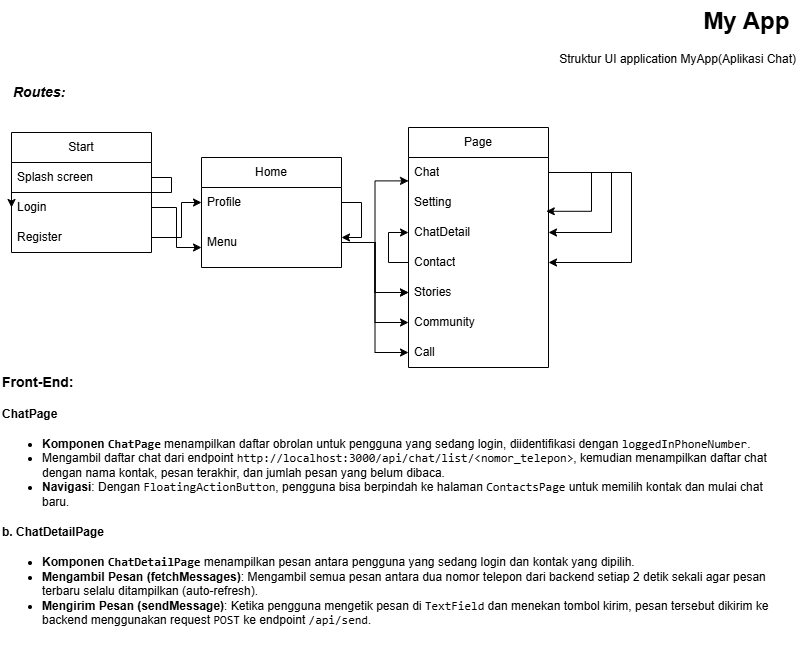
This is Struktur Application MyApp.drawio.png from NaufalAdityaAkbar/Application-MyApp---Flutter, a draw.io export, as it was before one commit. Source tidied: cells renumbered, new cells last; positions are measured from the earlier drawing's top-left corner, leaving out a move shared by most shapes.
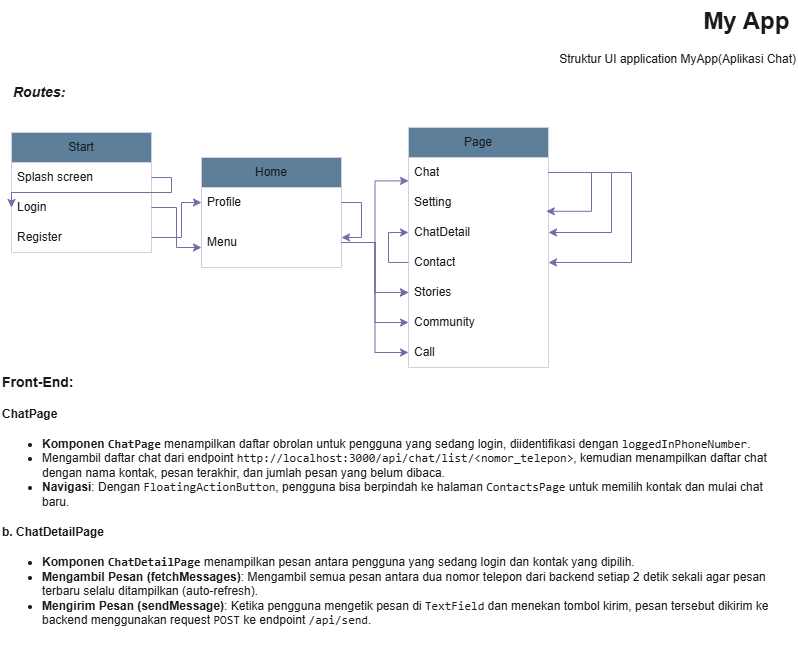
After the change.

Change to the diagram source:
```diff
@@ -2,22 +2,22 @@
   <root>
     <mxCell id="0" />
     <mxCell id="1" parent="0" />
-    <mxCell id="2" value="&lt;h1 style=&quot;margin-top: 0px;&quot;&gt;My App&amp;nbsp;&lt;/h1&gt;&lt;div&gt;Struktur UI application MyApp(Aplikasi Chat)&lt;/div&gt;" style="text;html=1;whiteSpace=wrap;overflow=hidden;rounded=0;align=right;" parent="1" vertex="1">
+    <mxCell id="2" value="&lt;h1 style=&quot;margin-top: 0px;&quot;&gt;My App&amp;nbsp;&lt;/h1&gt;&lt;div&gt;Struktur UI application MyApp(Aplikasi Chat)&lt;/div&gt;" style="text;html=1;whiteSpace=wrap;overflow=hidden;rounded=0;align=right;labelBackgroundColor=none;fontColor=#1A1A1A;" parent="1" vertex="1">
       <mxGeometry x="548" width="250" height="87" as="geometry" />
     </mxCell>
-    <mxCell id="3" value="Start" style="swimlane;fontStyle=0;horizontal=1;startSize=30;whiteSpace=wrap;html=1;" parent="1" vertex="1">
+    <mxCell id="3" value="Start" style="swimlane;fontStyle=0;horizontal=1;startSize=30;whiteSpace=wrap;html=1;labelBackgroundColor=none;fillColor=#5D7F99;strokeColor=#D0CEE2;fontColor=#1A1A1A;" parent="1" vertex="1">
       <mxGeometry x="11" y="132" width="140" height="120" as="geometry" />
     </mxCell>
-    <mxCell id="4" value="Splash screen" style="text;strokeColor=none;fillColor=none;align=left;verticalAlign=middle;spacingLeft=4;spacingRight=4;overflow=hidden;points=[[0,0.5],[1,0.5]];portConstraint=eastwest;whiteSpace=wrap;html=1;" parent="3" vertex="1">
+    <mxCell id="4" value="Splash screen" style="text;strokeColor=none;fillColor=none;align=left;verticalAlign=middle;spacingLeft=4;spacingRight=4;overflow=hidden;points=[[0,0.5],[1,0.5]];portConstraint=eastwest;whiteSpace=wrap;html=1;labelBackgroundColor=none;fontColor=#1A1A1A;" parent="3" vertex="1">
       <mxGeometry y="30" width="140" height="30" as="geometry" />
     </mxCell>
-    <mxCell id="5" value="Login" style="text;strokeColor=none;fillColor=none;align=left;verticalAlign=middle;spacingLeft=4;spacingRight=4;overflow=hidden;points=[[0,0.5],[1,0.5]];portConstraint=eastwest;whiteSpace=wrap;html=1;" parent="3" vertex="1">
+    <mxCell id="5" value="Login" style="text;strokeColor=none;fillColor=none;align=left;verticalAlign=middle;spacingLeft=4;spacingRight=4;overflow=hidden;points=[[0,0.5],[1,0.5]];portConstraint=eastwest;whiteSpace=wrap;html=1;labelBackgroundColor=none;fontColor=#1A1A1A;" parent="3" vertex="1">
       <mxGeometry y="60" width="140" height="30" as="geometry" />
     </mxCell>
-    <mxCell id="6" value="Register" style="text;strokeColor=none;fillColor=none;align=left;verticalAlign=middle;spacingLeft=4;spacingRight=4;overflow=hidden;points=[[0,0.5],[1,0.5]];portConstraint=eastwest;whiteSpace=wrap;html=1;" parent="3" vertex="1">
+    <mxCell id="6" value="Register" style="text;strokeColor=none;fillColor=none;align=left;verticalAlign=middle;spacingLeft=4;spacingRight=4;overflow=hidden;points=[[0,0.5],[1,0.5]];portConstraint=eastwest;whiteSpace=wrap;html=1;labelBackgroundColor=none;fontColor=#1A1A1A;" parent="3" vertex="1">
       <mxGeometry y="90" width="140" height="30" as="geometry" />
     </mxCell>
-    <mxCell id="7" style="edgeStyle=orthogonalEdgeStyle;rounded=0;jettySize=auto;html=1;entryX=0;entryY=0.5;entryDx=0;entryDy=0;exitX=1;exitY=0.5;exitDx=0;exitDy=0;" parent="3" edge="1" source="4" target="5">
+    <mxCell id="7" style="edgeStyle=orthogonalEdgeStyle;rounded=0;jettySize=auto;html=1;entryX=0;entryY=0.5;entryDx=0;entryDy=0;exitX=1;exitY=0.5;exitDx=0;exitDy=0;labelBackgroundColor=none;strokeColor=#736CA8;fontColor=default;" parent="3" edge="1" source="4" target="5">
       <mxGeometry relative="1" as="geometry">
         <Array as="points">
           <mxPoint x="160" y="45" />
@@ -26,10 +26,10 @@
         </Array>
       </mxGeometry>
     </mxCell>
-    <mxCell id="8" value="Home" style="swimlane;fontStyle=0;horizontal=1;startSize=30;whiteSpace=wrap;html=1;" parent="1" vertex="1">
+    <mxCell id="8" value="Home" style="swimlane;fontStyle=0;horizontal=1;startSize=30;whiteSpace=wrap;html=1;labelBackgroundColor=none;fillColor=#5D7F99;strokeColor=#D0CEE2;fontColor=#1A1A1A;" parent="1" vertex="1">
       <mxGeometry x="201" y="157" width="140" height="110" as="geometry" />
     </mxCell>
-    <mxCell id="9" style="edgeStyle=orthogonalEdgeStyle;rounded=0;jettySize=auto;html=1;" parent="8" edge="1" source="10" target="11">
+    <mxCell id="9" style="edgeStyle=orthogonalEdgeStyle;rounded=0;jettySize=auto;html=1;labelBackgroundColor=none;strokeColor=#736CA8;fontColor=default;" parent="8" edge="1" source="10" target="11">
       <mxGeometry relative="1" as="geometry">
         <Array as="points">
           <mxPoint x="160" y="45" />
@@ -37,16 +37,16 @@
         </Array>
       </mxGeometry>
     </mxCell>
-    <mxCell id="10" value="Profile" style="text;strokeColor=none;fillColor=none;align=left;verticalAlign=middle;spacingLeft=4;spacingRight=4;overflow=hidden;points=[[0,0.5],[1,0.5]];portConstraint=eastwest;whiteSpace=wrap;html=1;" parent="8" vertex="1">
+    <mxCell id="10" value="Profile" style="text;strokeColor=none;fillColor=none;align=left;verticalAlign=middle;spacingLeft=4;spacingRight=4;overflow=hidden;points=[[0,0.5],[1,0.5]];portConstraint=eastwest;whiteSpace=wrap;html=1;labelBackgroundColor=none;fontColor=#1A1A1A;" parent="8" vertex="1">
       <mxGeometry y="30" width="140" height="30" as="geometry" />
     </mxCell>
-    <mxCell id="11" value="Menu" style="text;strokeColor=none;fillColor=none;align=left;verticalAlign=middle;spacingLeft=4;spacingRight=4;overflow=hidden;points=[[0,0.5],[1,0.5]];portConstraint=eastwest;whiteSpace=wrap;html=1;" parent="8" vertex="1">
+    <mxCell id="11" value="Menu" style="text;strokeColor=none;fillColor=none;align=left;verticalAlign=middle;spacingLeft=4;spacingRight=4;overflow=hidden;points=[[0,0.5],[1,0.5]];portConstraint=eastwest;whiteSpace=wrap;html=1;labelBackgroundColor=none;fontColor=#1A1A1A;" parent="8" vertex="1">
       <mxGeometry y="60" width="140" height="50" as="geometry" />
     </mxCell>
-    <mxCell id="12" value="Page" style="swimlane;fontStyle=0;horizontal=1;startSize=30;whiteSpace=wrap;html=1;" parent="1" vertex="1">
+    <mxCell id="12" value="Page" style="swimlane;fontStyle=0;horizontal=1;startSize=30;whiteSpace=wrap;html=1;labelBackgroundColor=none;fillColor=#5D7F99;strokeColor=#D0CEE2;fontColor=#1A1A1A;" parent="1" vertex="1">
       <mxGeometry x="408" y="127" width="140" height="240" as="geometry" />
     </mxCell>
-    <mxCell id="13" style="edgeStyle=orthogonalEdgeStyle;rounded=0;jettySize=auto;html=1;exitX=1;exitY=0.5;exitDx=0;exitDy=0;entryX=1;entryY=0.5;entryDx=0;entryDy=0;" parent="12" edge="1" source="15" target="17">
+    <mxCell id="13" style="edgeStyle=orthogonalEdgeStyle;rounded=0;jettySize=auto;html=1;exitX=1;exitY=0.5;exitDx=0;exitDy=0;entryX=1;entryY=0.5;entryDx=0;entryDy=0;labelBackgroundColor=none;strokeColor=#736CA8;fontColor=default;" parent="12" edge="1" source="15" target="17">
       <mxGeometry relative="1" as="geometry">
         <Array as="points">
           <mxPoint x="203" y="45" />
@@ -54,7 +54,7 @@
         </Array>
       </mxGeometry>
     </mxCell>
-    <mxCell id="14" style="edgeStyle=orthogonalEdgeStyle;rounded=0;jettySize=auto;html=1;entryX=1;entryY=0.5;entryDx=0;entryDy=0;exitX=1;exitY=0.5;exitDx=0;exitDy=0;" parent="12" edge="1" source="15" target="19">
+    <mxCell id="14" style="edgeStyle=orthogonalEdgeStyle;rounded=0;jettySize=auto;html=1;entryX=1;entryY=0.5;entryDx=0;entryDy=0;exitX=1;exitY=0.5;exitDx=0;exitDy=0;labelBackgroundColor=none;strokeColor=#736CA8;fontColor=default;" parent="12" edge="1" source="15" target="19">
       <mxGeometry relative="1" as="geometry">
         <Array as="points">
           <mxPoint x="223" y="45" />
@@ -62,31 +62,31 @@
         </Array>
       </mxGeometry>
     </mxCell>
-    <mxCell id="15" value="Chat" style="text;strokeColor=none;fillColor=none;align=left;verticalAlign=middle;spacingLeft=4;spacingRight=4;overflow=hidden;points=[[0,0.5],[1,0.5]];portConstraint=eastwest;whiteSpace=wrap;html=1;" parent="12" vertex="1">
+    <mxCell id="15" value="Chat" style="text;strokeColor=none;fillColor=none;align=left;verticalAlign=middle;spacingLeft=4;spacingRight=4;overflow=hidden;points=[[0,0.5],[1,0.5]];portConstraint=eastwest;whiteSpace=wrap;html=1;labelBackgroundColor=none;fontColor=#1A1A1A;" parent="12" vertex="1">
       <mxGeometry y="30" width="140" height="30" as="geometry" />
     </mxCell>
-    <mxCell id="16" value="Setting" style="text;strokeColor=none;fillColor=none;align=left;verticalAlign=middle;spacingLeft=4;spacingRight=4;overflow=hidden;points=[[0,0.5],[1,0.5]];portConstraint=eastwest;whiteSpace=wrap;html=1;" parent="12" vertex="1">
+    <mxCell id="16" value="Setting" style="text;strokeColor=none;fillColor=none;align=left;verticalAlign=middle;spacingLeft=4;spacingRight=4;overflow=hidden;points=[[0,0.5],[1,0.5]];portConstraint=eastwest;whiteSpace=wrap;html=1;labelBackgroundColor=none;fontColor=#1A1A1A;" parent="12" vertex="1">
       <mxGeometry y="60" width="140" height="30" as="geometry" />
     </mxCell>
-    <mxCell id="17" value="ChatDetail" style="text;strokeColor=none;fillColor=none;align=left;verticalAlign=middle;spacingLeft=4;spacingRight=4;overflow=hidden;points=[[0,0.5],[1,0.5]];portConstraint=eastwest;whiteSpace=wrap;html=1;" parent="12" vertex="1">
+    <mxCell id="17" value="ChatDetail" style="text;strokeColor=none;fillColor=none;align=left;verticalAlign=middle;spacingLeft=4;spacingRight=4;overflow=hidden;points=[[0,0.5],[1,0.5]];portConstraint=eastwest;whiteSpace=wrap;html=1;labelBackgroundColor=none;fontColor=#1A1A1A;" parent="12" vertex="1">
       <mxGeometry y="90" width="140" height="30" as="geometry" />
     </mxCell>
-    <mxCell id="18" style="edgeStyle=orthogonalEdgeStyle;rounded=0;jettySize=auto;html=1;" parent="12" edge="1" source="19" target="17">
+    <mxCell id="18" style="edgeStyle=orthogonalEdgeStyle;rounded=0;jettySize=auto;html=1;labelBackgroundColor=none;strokeColor=#736CA8;fontColor=default;" parent="12" edge="1" source="19" target="17">
       <mxGeometry relative="1" as="geometry" />
     </mxCell>
-    <mxCell id="19" value="Contact" style="text;strokeColor=none;fillColor=none;align=left;verticalAlign=middle;spacingLeft=4;spacingRight=4;overflow=hidden;points=[[0,0.5],[1,0.5]];portConstraint=eastwest;whiteSpace=wrap;html=1;" parent="12" vertex="1">
+    <mxCell id="19" value="Contact" style="text;strokeColor=none;fillColor=none;align=left;verticalAlign=middle;spacingLeft=4;spacingRight=4;overflow=hidden;points=[[0,0.5],[1,0.5]];portConstraint=eastwest;whiteSpace=wrap;html=1;labelBackgroundColor=none;fontColor=#1A1A1A;" parent="12" vertex="1">
       <mxGeometry y="120" width="140" height="30" as="geometry" />
     </mxCell>
-    <mxCell id="20" value="Stories" style="text;strokeColor=none;fillColor=none;align=left;verticalAlign=middle;spacingLeft=4;spacingRight=4;overflow=hidden;points=[[0,0.5],[1,0.5]];portConstraint=eastwest;whiteSpace=wrap;html=1;" parent="12" vertex="1">
+    <mxCell id="20" value="Stories" style="text;strokeColor=none;fillColor=none;align=left;verticalAlign=middle;spacingLeft=4;spacingRight=4;overflow=hidden;points=[[0,0.5],[1,0.5]];portConstraint=eastwest;whiteSpace=wrap;html=1;labelBackgroundColor=none;fontColor=#1A1A1A;" parent="12" vertex="1">
       <mxGeometry y="150" width="140" height="30" as="geometry" />
     </mxCell>
-    <mxCell id="21" value="Community" style="text;strokeColor=none;fillColor=none;align=left;verticalAlign=middle;spacingLeft=4;spacingRight=4;overflow=hidden;points=[[0,0.5],[1,0.5]];portConstraint=eastwest;whiteSpace=wrap;html=1;" parent="12" vertex="1">
+    <mxCell id="21" value="Community" style="text;strokeColor=none;fillColor=none;align=left;verticalAlign=middle;spacingLeft=4;spacingRight=4;overflow=hidden;points=[[0,0.5],[1,0.5]];portConstraint=eastwest;whiteSpace=wrap;html=1;labelBackgroundColor=none;fontColor=#1A1A1A;" parent="12" vertex="1">
       <mxGeometry y="180" width="140" height="30" as="geometry" />
     </mxCell>
-    <mxCell id="22" value="Call" style="text;strokeColor=none;fillColor=none;align=left;verticalAlign=middle;spacingLeft=4;spacingRight=4;overflow=hidden;points=[[0,0.5],[1,0.5]];portConstraint=eastwest;whiteSpace=wrap;html=1;" parent="12" vertex="1">
+    <mxCell id="22" value="Call" style="text;strokeColor=none;fillColor=none;align=left;verticalAlign=middle;spacingLeft=4;spacingRight=4;overflow=hidden;points=[[0,0.5],[1,0.5]];portConstraint=eastwest;whiteSpace=wrap;html=1;labelBackgroundColor=none;fontColor=#1A1A1A;" parent="12" vertex="1">
       <mxGeometry y="210" width="140" height="30" as="geometry" />
     </mxCell>
-    <mxCell id="23" style="edgeStyle=orthogonalEdgeStyle;rounded=0;jettySize=auto;html=1;entryX=0.984;entryY=0.793;entryDx=0;entryDy=0;entryPerimeter=0;" parent="12" edge="1" source="15" target="16">
+    <mxCell id="23" style="edgeStyle=orthogonalEdgeStyle;rounded=0;jettySize=auto;html=1;entryX=0.984;entryY=0.793;entryDx=0;entryDy=0;entryPerimeter=0;labelBackgroundColor=none;strokeColor=#736CA8;fontColor=default;" parent="12" edge="1" source="15" target="16">
       <mxGeometry relative="1" as="geometry">
         <Array as="points">
           <mxPoint x="183" y="45" />
@@ -94,10 +94,10 @@
         </Array>
       </mxGeometry>
     </mxCell>
-    <mxCell id="24" style="edgeStyle=orthogonalEdgeStyle;rounded=0;jettySize=auto;html=1;entryX=0;entryY=0.78;entryDx=0;entryDy=0;entryPerimeter=0;" parent="1" edge="1" source="11" target="15">
+    <mxCell id="24" style="edgeStyle=orthogonalEdgeStyle;rounded=0;jettySize=auto;html=1;entryX=0;entryY=0.78;entryDx=0;entryDy=0;entryPerimeter=0;labelBackgroundColor=none;strokeColor=#736CA8;fontColor=default;" parent="1" edge="1" source="11" target="15">
       <mxGeometry relative="1" as="geometry" />
     </mxCell>
-    <mxCell id="25" style="edgeStyle=orthogonalEdgeStyle;rounded=0;jettySize=auto;html=1;" parent="1" edge="1" source="5" target="11">
+    <mxCell id="25" style="edgeStyle=orthogonalEdgeStyle;rounded=0;jettySize=auto;html=1;labelBackgroundColor=none;strokeColor=#736CA8;fontColor=default;" parent="1" edge="1" source="5" target="11">
       <mxGeometry relative="1" as="geometry">
         <Array as="points">
           <mxPoint x="176" y="207" />
@@ -105,10 +105,10 @@
         </Array>
       </mxGeometry>
     </mxCell>
-    <mxCell id="26" value="&lt;b&gt;&lt;font style=&quot;font-size: 14px;&quot;&gt;Routes:&lt;/font&gt;&lt;/b&gt;" style="text;html=1;align=left;verticalAlign=middle;whiteSpace=wrap;rounded=0;fontStyle=2;" parent="1" vertex="1">
+    <mxCell id="26" value="&lt;b&gt;&lt;font style=&quot;font-size: 14px;&quot;&gt;Routes:&lt;/font&gt;&lt;/b&gt;" style="text;html=1;align=left;verticalAlign=middle;whiteSpace=wrap;rounded=0;fontStyle=2;labelBackgroundColor=none;fontColor=#1A1A1A;" parent="1" vertex="1">
       <mxGeometry x="11" y="77" width="60" height="30" as="geometry" />
     </mxCell>
-    <mxCell id="27" style="edgeStyle=orthogonalEdgeStyle;rounded=0;jettySize=auto;html=1;entryX=0;entryY=0.5;entryDx=0;entryDy=0;" parent="1" edge="1" source="6" target="10">
+    <mxCell id="27" style="edgeStyle=orthogonalEdgeStyle;rounded=0;jettySize=auto;html=1;entryX=0;entryY=0.5;entryDx=0;entryDy=0;labelBackgroundColor=none;strokeColor=#736CA8;fontColor=default;" parent="1" edge="1" source="6" target="10">
       <mxGeometry relative="1" as="geometry">
         <Array as="points">
           <mxPoint x="181" y="237" />
@@ -116,19 +116,19 @@
         </Array>
       </mxGeometry>
     </mxCell>
-    <mxCell id="28" style="edgeStyle=orthogonalEdgeStyle;rounded=0;jettySize=auto;html=1;entryX=0;entryY=0.5;entryDx=0;entryDy=0;" parent="1" edge="1" source="11" target="20">
+    <mxCell id="28" style="edgeStyle=orthogonalEdgeStyle;rounded=0;jettySize=auto;html=1;entryX=0;entryY=0.5;entryDx=0;entryDy=0;labelBackgroundColor=none;strokeColor=#736CA8;fontColor=default;" parent="1" edge="1" source="11" target="20">
       <mxGeometry relative="1" as="geometry" />
     </mxCell>
-    <mxCell id="29" style="edgeStyle=orthogonalEdgeStyle;rounded=0;jettySize=auto;html=1;entryX=0;entryY=0.5;entryDx=0;entryDy=0;" parent="1" edge="1" source="11" target="21">
+    <mxCell id="29" style="edgeStyle=orthogonalEdgeStyle;rounded=0;jettySize=auto;html=1;entryX=0;entryY=0.5;entryDx=0;entryDy=0;labelBackgroundColor=none;strokeColor=#736CA8;fontColor=default;" parent="1" edge="1" source="11" target="21">
       <mxGeometry relative="1" as="geometry" />
     </mxCell>
-    <mxCell id="30" style="edgeStyle=orthogonalEdgeStyle;rounded=0;jettySize=auto;html=1;entryX=0;entryY=0.5;entryDx=0;entryDy=0;" parent="1" edge="1" source="11" target="22">
+    <mxCell id="30" style="edgeStyle=orthogonalEdgeStyle;rounded=0;jettySize=auto;html=1;entryX=0;entryY=0.5;entryDx=0;entryDy=0;labelBackgroundColor=none;strokeColor=#736CA8;fontColor=default;" parent="1" edge="1" source="11" target="22">
       <mxGeometry relative="1" as="geometry" />
     </mxCell>
-    <mxCell id="31" style="edgeStyle=orthogonalEdgeStyle;rounded=0;jettySize=auto;html=1;" parent="1" edge="1" source="11" target="20">
+    <mxCell id="31" style="edgeStyle=orthogonalEdgeStyle;rounded=0;jettySize=auto;html=1;labelBackgroundColor=none;strokeColor=#736CA8;fontColor=default;" parent="1" edge="1" source="11" target="20">
       <mxGeometry relative="1" as="geometry" />
     </mxCell>
-    <mxCell id="32" value="&lt;h1 style=&quot;margin-top: 0px; font-size: 14px;&quot;&gt;&lt;font style=&quot;font-size: 14px;&quot;&gt;Front-End:&lt;/font&gt;&lt;/h1&gt;&lt;h4&gt;&lt;strong&gt;ChatPage&lt;/strong&gt;&lt;/h4&gt;&lt;ul&gt;&lt;li&gt;&lt;strong&gt;Komponen &lt;code&gt;ChatPage&lt;/code&gt;&lt;/strong&gt; menampilkan daftar obrolan untuk pengguna yang sedang login, diidentifikasi dengan &lt;code&gt;loggedInPhoneNumber&lt;/code&gt;.&lt;/li&gt;&lt;li&gt;Mengambil daftar chat dari endpoint &lt;code&gt;http://localhost:3000/api/chat/list/&amp;lt;nomor_telepon&amp;gt;&lt;/code&gt;, kemudian menampilkan daftar chat dengan nama kontak, pesan terakhir, dan jumlah pesan yang belum dibaca.&lt;/li&gt;&lt;li&gt;&lt;strong&gt;Navigasi&lt;/strong&gt;: Dengan &lt;code&gt;FloatingActionButton&lt;/code&gt;, pengguna bisa berpindah ke halaman &lt;code&gt;ContactsPage&lt;/code&gt; untuk memilih kontak dan mulai chat baru.&lt;/li&gt;&lt;/ul&gt;&lt;h4&gt;b. &lt;strong&gt;ChatDetailPage&lt;/strong&gt;&lt;/h4&gt;&lt;ul&gt;&lt;li&gt;&lt;strong&gt;Komponen &lt;code&gt;ChatDetailPage&lt;/code&gt;&lt;/strong&gt; menampilkan pesan antara pengguna yang sedang login dan kontak yang dipilih.&lt;/li&gt;&lt;li&gt;&lt;strong&gt;Mengambil Pesan (fetchMessages)&lt;/strong&gt;: Mengambil semua pesan antara dua nomor telepon dari backend setiap 2 detik sekali agar pesan terbaru selalu ditampilkan (auto-refresh).&lt;/li&gt;&lt;li&gt;&lt;strong&gt;Mengirim Pesan (sendMessage)&lt;/strong&gt;: Ketika pengguna mengetik pesan di &lt;code&gt;TextField&lt;/code&gt; dan menekan tombol kirim, pesan tersebut dikirim ke backend menggunakan request &lt;code&gt;POST&lt;/code&gt; ke endpoint &lt;code&gt;/api/send&lt;/code&gt;.&lt;/li&gt;&lt;/ul&gt;" style="text;html=1;whiteSpace=wrap;overflow=hidden;rounded=0;" parent="1" vertex="1">
+    <mxCell id="32" value="&lt;h1 style=&quot;margin-top: 0px; font-size: 14px;&quot;&gt;&lt;font style=&quot;font-size: 14px;&quot;&gt;Front-End:&lt;/font&gt;&lt;/h1&gt;&lt;h4&gt;&lt;strong&gt;ChatPage&lt;/strong&gt;&lt;/h4&gt;&lt;ul&gt;&lt;li&gt;&lt;strong&gt;Komponen &lt;code&gt;ChatPage&lt;/code&gt;&lt;/strong&gt; menampilkan daftar obrolan untuk pengguna yang sedang login, diidentifikasi dengan &lt;code&gt;loggedInPhoneNumber&lt;/code&gt;.&lt;/li&gt;&lt;li&gt;Mengambil daftar chat dari endpoint &lt;code&gt;http://localhost:3000/api/chat/list/&amp;lt;nomor_telepon&amp;gt;&lt;/code&gt;, kemudian menampilkan daftar chat dengan nama kontak, pesan terakhir, dan jumlah pesan yang belum dibaca.&lt;/li&gt;&lt;li&gt;&lt;strong&gt;Navigasi&lt;/strong&gt;: Dengan &lt;code&gt;FloatingActionButton&lt;/code&gt;, pengguna bisa berpindah ke halaman &lt;code&gt;ContactsPage&lt;/code&gt; untuk memilih kontak dan mulai chat baru.&lt;/li&gt;&lt;/ul&gt;&lt;h4&gt;b. &lt;strong&gt;ChatDetailPage&lt;/strong&gt;&lt;/h4&gt;&lt;ul&gt;&lt;li&gt;&lt;strong&gt;Komponen &lt;code&gt;ChatDetailPage&lt;/code&gt;&lt;/strong&gt; menampilkan pesan antara pengguna yang sedang login dan kontak yang dipilih.&lt;/li&gt;&lt;li&gt;&lt;strong&gt;Mengambil Pesan (fetchMessages)&lt;/strong&gt;: Mengambil semua pesan antara dua nomor telepon dari backend setiap 2 detik sekali agar pesan terbaru selalu ditampilkan (auto-refresh).&lt;/li&gt;&lt;li&gt;&lt;strong&gt;Mengirim Pesan (sendMessage)&lt;/strong&gt;: Ketika pengguna mengetik pesan di &lt;code&gt;TextField&lt;/code&gt; dan menekan tombol kirim, pesan tersebut dikirim ke backend menggunakan request &lt;code&gt;POST&lt;/code&gt; ke endpoint &lt;code&gt;/api/send&lt;/code&gt;.&lt;/li&gt;&lt;/ul&gt;" style="text;html=1;whiteSpace=wrap;overflow=hidden;rounded=0;labelBackgroundColor=none;fontColor=#1A1A1A;" parent="1" vertex="1">
       <mxGeometry y="367" width="770" height="290" as="geometry" />
     </mxCell>
   </root>
```
